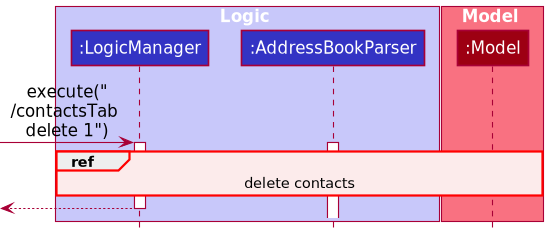
whoisjustinngo/tp keeps this PlantUML diagram as docs/images/DeleteSequenceDiagram.png. Above is the earlier version.
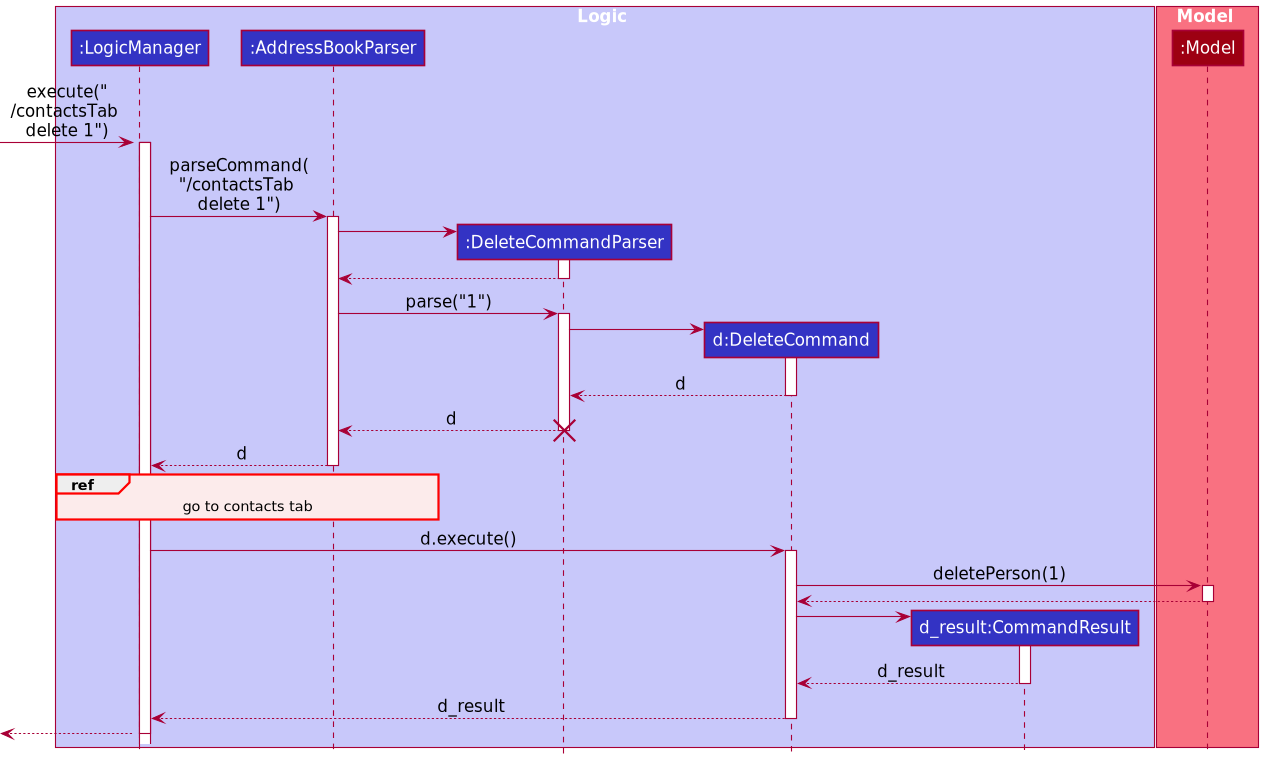
Later version of the same file.

Commit message:
Combine 2 Diagrams to make it easier to read.

Diff of the diagram source:
```diff
@@ -7,6 +7,9 @@
 box Logic LOGIC_COLOR_T1
 participant ":LogicManager" as LogicManager LOGIC_COLOR
 participant ":AddressBookParser" as AddressBookParser LOGIC_COLOR
+participant ":DeleteCommandParser" as DeleteCommandParser LOGIC_COLOR
+participant "d:DeleteCommand" as DeleteCommand LOGIC_COLOR
+participant "d_result:CommandResult" as CommandResult2 LOGIC_COLOR
 end box
 
 box Model MODEL_COLOR_T1
@@ -16,10 +19,59 @@
 [-> LogicManager : execute("\n/contactsTab \ndelete 1")
 activate LogicManager
 
+
+
+activate LogicManager
+LogicManager-> AddressBookParser: parseCommand(\n"/contactsTab \ndelete 1")
 activate AddressBookParser
 
+create DeleteCommandParser
+AddressBookParser-> DeleteCommandParser
+activate DeleteCommandParser
+DeleteCommandParser --> AddressBookParser
+deactivate
 
-ref over LogicManager, AddressBookParser, Model : delete contacts
+AddressBookParser-> DeleteCommandParser : parse("1")
+activate DeleteCommandParser
+
+
+create DeleteCommand
+DeleteCommandParser -> DeleteCommand
+activate DeleteCommand
+
+DeleteCommand --> DeleteCommandParser : d
+deactivate DeleteCommand
+
+AddressBookParser <-- DeleteCommandParser : d
+deactivate DeleteCommandParser
+destroy DeleteCommandParser
+
+LogicManager<-- AddressBookParser: d
+deactivate AddressBookParser
+
+
+ref over LogicManager, AddressBookParser
+    go to contacts tab
+end ref
+
+LogicManager -> DeleteCommand : d.execute()
+activate DeleteCommand
+
+DeleteCommand -> Model : deletePerson(1)
+activate Model
+
+Model --> DeleteCommand
+deactivate Model
+
+create CommandResult2
+DeleteCommand -> CommandResult2
+activate CommandResult2
+
+CommandResult2 --> DeleteCommand : d_result
+deactivate CommandResult2
+
+DeleteCommand --> LogicManager : d_result
+deactivate DeleteCommand
 
 [<--LogicManager
 deactivate LogicManager
```
